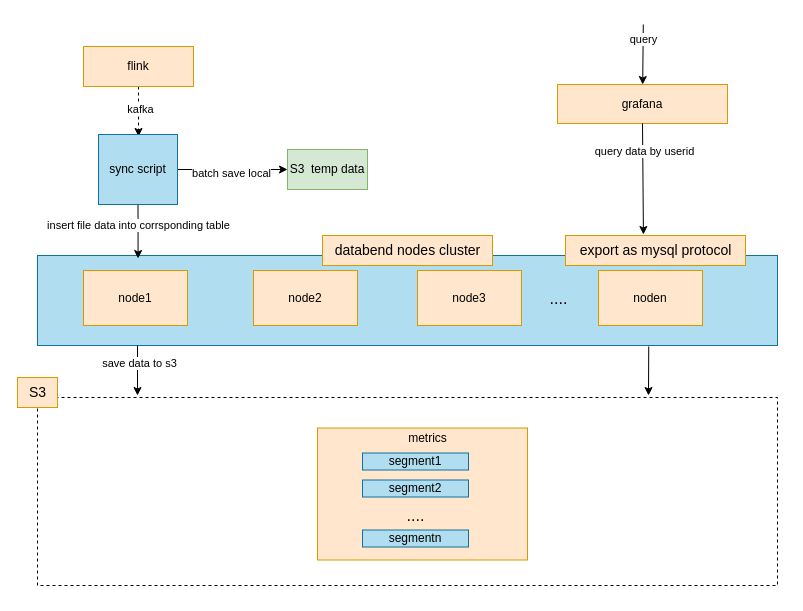
jackjoesh/databend keeps this draw.io diagram as page "第 4 页" (4 of 5) of doc/用户行为日志.drawio. Above is the earlier version. Source tidied: cells renumbered, new cells numbered last; positions are measured from the earlier drawing's top-left corner, leaving out a move shared by most shapes. Both pictures are drawn from the tidied source at 100%, with x=0, y=0 at pixel (17, 24).
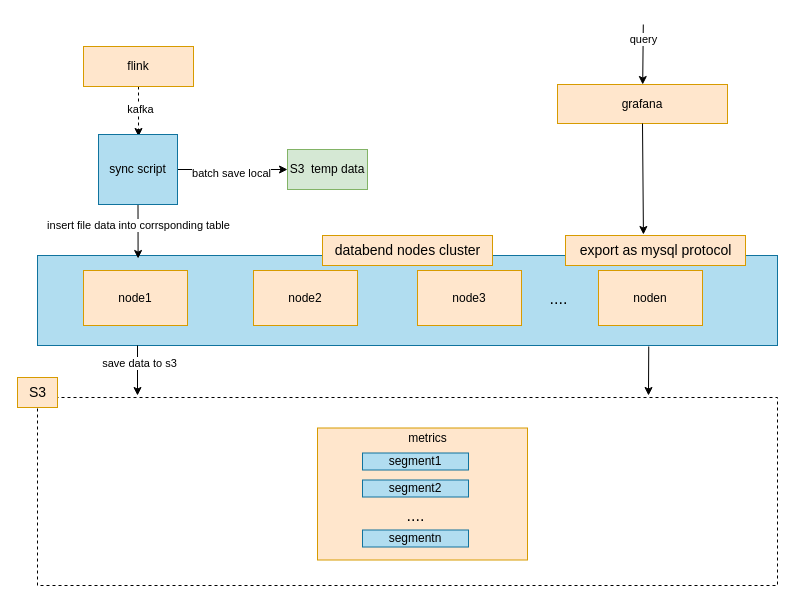
After the change.

Commit message:
更新用户行为日志.drawio

The change refers to these unchanged cells:
```xml
<mxCell id="26" style="edgeStyle=none;rounded=0;jettySize=auto;html=1;exitX=0.5;exitY=1;exitDx=0;exitDy=0;entryX=0.433;entryY=-0.033;entryDx=0;entryDy=0;entryPerimeter=0;" parent="1" edge="1" source="8" target="34">
  <mxGeometry relative="1" as="geometry" />
</mxCell>
```

Change to the diagram source:
```diff
@@
-    <mxCell id="27" value="query data by userid" style="edgeLabel;html=1;align=center;verticalAlign=middle;" parent="26" vertex="1">
-      <mxGeometry x="-0.49" y="1" relative="1" as="geometry" />
-    </mxCell>
```
